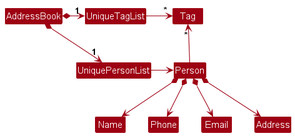
Earlier version of the PlantUML export docs/images/BetterModelClassDiagram.png (nus-cs2103-AY2324S2/tp).
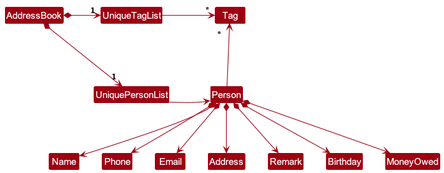
Later version of the same file.

Commit message:
Update UMLs to include new attributes into Person class

Change to the diagram source:
```diff
@@ -18,4 +18,7 @@
 Person *--> Phone
 Person *--> Email
 Person *--> Address
+Person *--> Remark
+Person *--> Birthday
+Person *--> MoneyOwed
 @enduml
```
